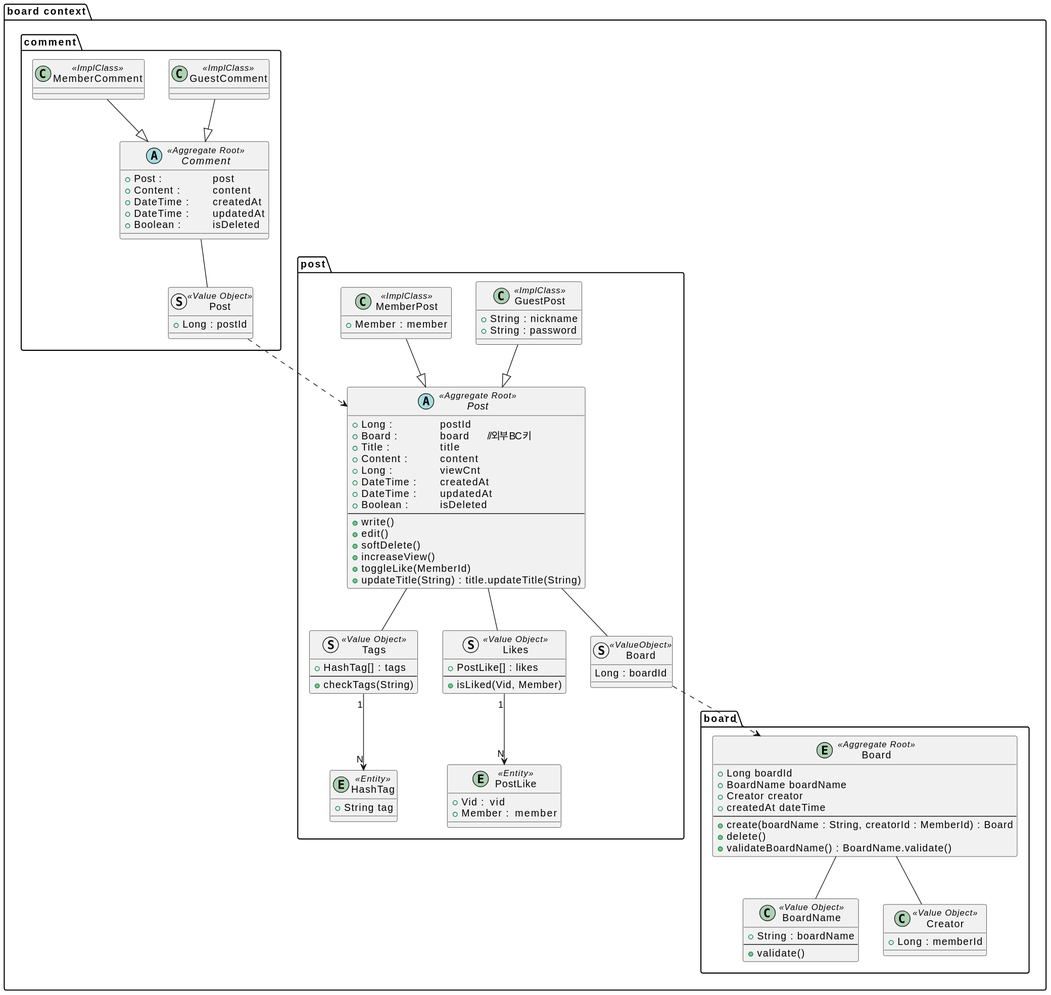
Earlier version of the PlantUML export document/puml/domain/boardContext.svg (SimpleBoardTeam/server-hyunchang).
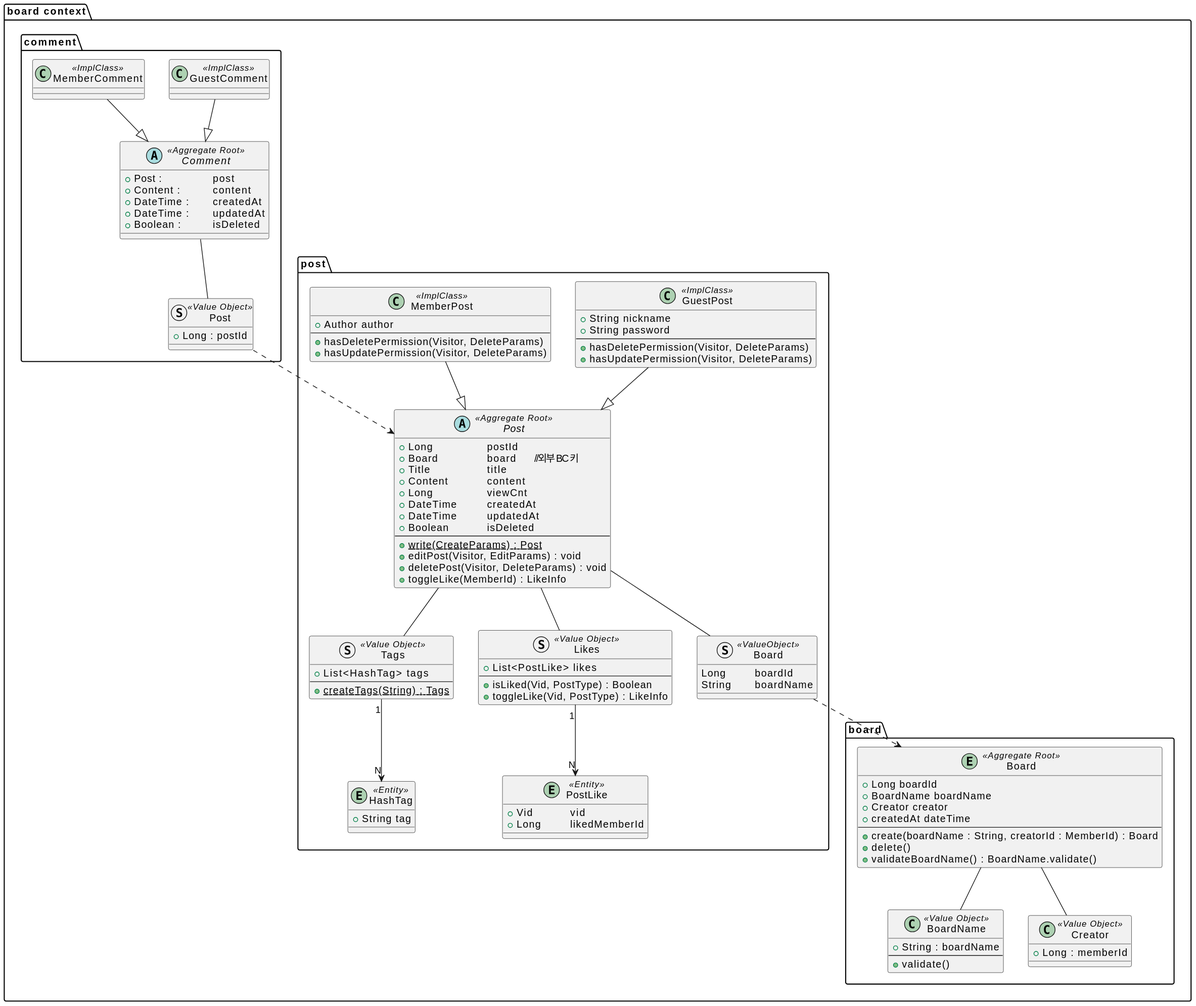
After the change.

Commit message:
chore(diagram): auto-generate SVGs

What changed in the source:
```diff
@@ -2,7 +2,7 @@
 package "board context"{
 
     !include boardcontext/boardAggregate.puml
-    !include boardcontext/postAggregate.puml
+    !include boardcontext/postAggregate/postAggregate.puml
     !include boardcontext/commentAggregate.puml
 
     post.Board ..> board.Board
```
